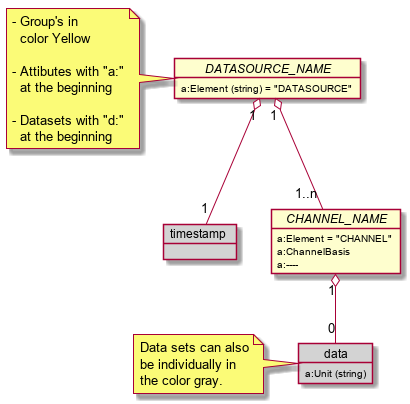
OpenRailAssociation/rcm-dx keeps this PlantUML diagram as images/generated/rcmdx_diagram_example.png. Above is the earlier version. Its diagram source:
```plantuml
@startuml rcmdx_diagram_example

  object "//DATASOURCE_NAME//" as DATASOURCE {
    a:Element (string) = "DATASOURCE"
  }
  note left
    - Group's in
      color Yellow

    - Attibutes with "a:"
      at the beginning

    - Datasets with "d:"
      at the beginning
  end note

  object timestamp #LightGray

  object "//CHANNEL_NAME//" as channel {
    a:Element = "CHANNEL"
    a:ChannelBasis
    a:----
  }

  object data #LightGray{
    a:Unit (string)
  }
  note left
    Data sets can also
    be individually in
    the color gray.
  end note

  DATASOURCE "1" o-- "1" timestamp
  DATASOURCE "1" o-- "1..n" channel
  channel "1" o-- "0" data

@enduml
```
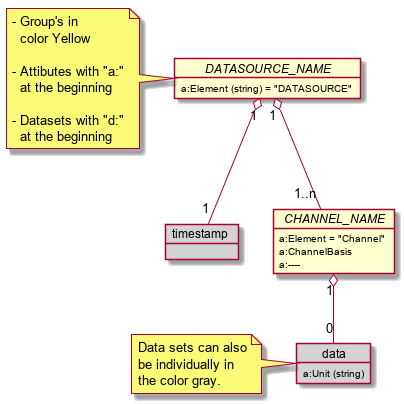
Later version of the same file.

The edit, as a diff of the source:
```diff
@@ -17,7 +17,7 @@
   object timestamp #LightGray
 
   object "//CHANNEL_NAME//" as channel {
-    a:Element = "CHANNEL"
+    a:Element = "Channel"
     a:ChannelBasis
     a:----
   }
```
